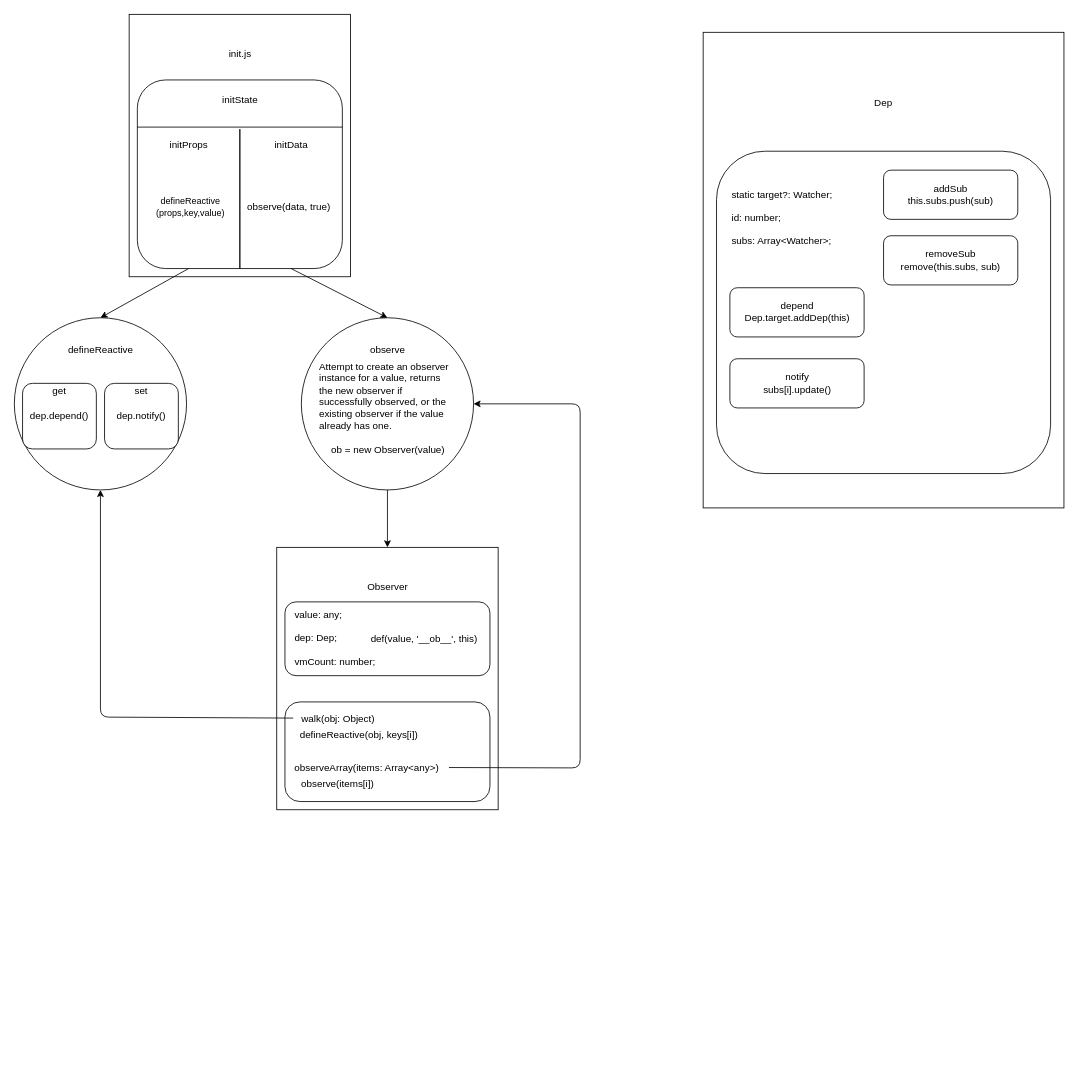
asemono/noteBook keeps this draw.io diagram as Untitled Diagram.drawio. Above is the earlier version. Source tidied: cells renumbered, new cells numbered last; positions are measured from the earlier drawing's top-left corner, leaving out a move shared by most shapes. Both pictures are drawn from the tidied source at 82%, with x=0, y=0 at pixel (14, 14).
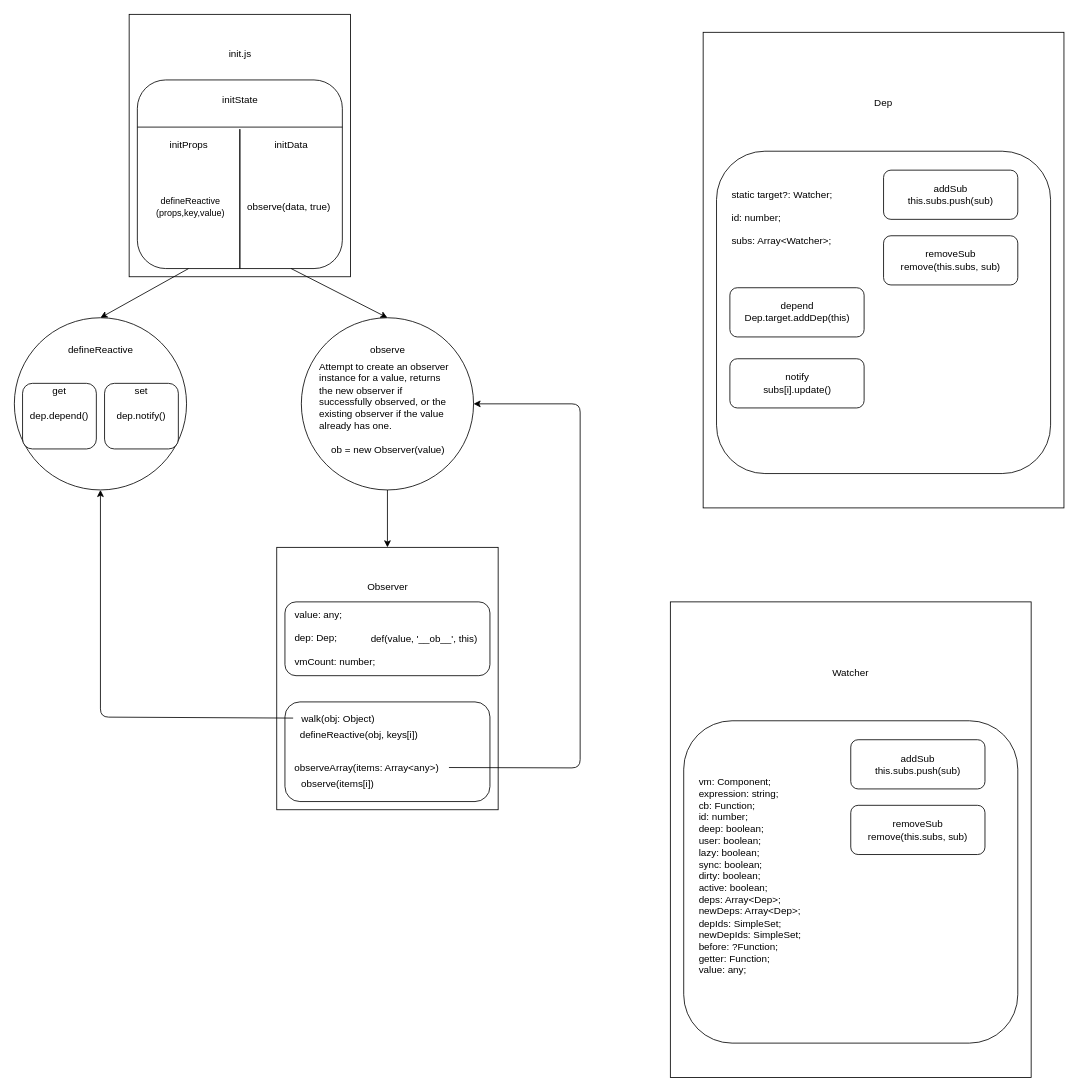
After the change.

What changed in the source:
```diff
@@
+    <mxCell id="53" style="rounded=0;whiteSpace=wrap;html=1;" parent="1" vertex="1">
+      <mxGeometry x="800" y="716.5" width="440" height="580" as="geometry" />
+    </mxCell>
+    <mxCell id="54" value="Watcher" style="text;html=1;strokeColor=none;fillColor=none;align=center;verticalAlign=middle;whiteSpace=wrap;rounded=0;" parent="1" vertex="1">
+      <mxGeometry x="910" y="768.7" width="220" height="68.2" as="geometry" />
+    </mxCell>
+    <mxCell id="55" style="rounded=1;whiteSpace=wrap;html=1;align=left;" parent="1" vertex="1">
+      <mxGeometry x="816.3" y="861.5" width="407.4" height="393.1" as="geometry" />
+    </mxCell>
+    <mxCell id="56" value="vm: Component;&lt;br&gt;expression: string;&lt;br&gt;cb: Function;&lt;br&gt;id: number;&lt;br&gt;deep: boolean;&lt;br&gt;user: boolean;&lt;br&gt;lazy: boolean;&lt;br&gt;sync: boolean;&lt;br&gt;dirty: boolean;&lt;br&gt;active: boolean;&lt;br&gt;deps: Array&amp;lt;Dep&amp;gt;;&lt;br&gt;newDeps: Array&amp;lt;Dep&amp;gt;;&lt;br&gt;depIds: SimpleSet;&lt;br&gt;newDepIds: SimpleSet;&lt;br&gt;before: ?Function;&lt;br&gt;getter: Function;&lt;br&gt;value: any;" style="text;html=1;strokeColor=none;fillColor=none;align=left;verticalAlign=middle;whiteSpace=wrap;rounded=0;" parent="1" vertex="1">
+      <mxGeometry x="832.6" y="871.9" width="177.4" height="358.1" as="geometry" />
+    </mxCell>
+    <mxCell id="57" value="addSub&lt;br&gt;this.subs.push(sub)" style="rounded=1;whiteSpace=wrap;html=1;" parent="1" vertex="1">
+      <mxGeometry x="1020" y="884.6" width="163.7" height="60" as="geometry" />
+    </mxCell>
+    <mxCell id="58" value="removeSub&lt;br&gt;remove(this.subs, sub)" style="rounded=1;whiteSpace=wrap;html=1;" parent="1" vertex="1">
+      <mxGeometry x="1020" y="964.6" width="163.7" height="60" as="geometry" />
+    </mxCell>
```
